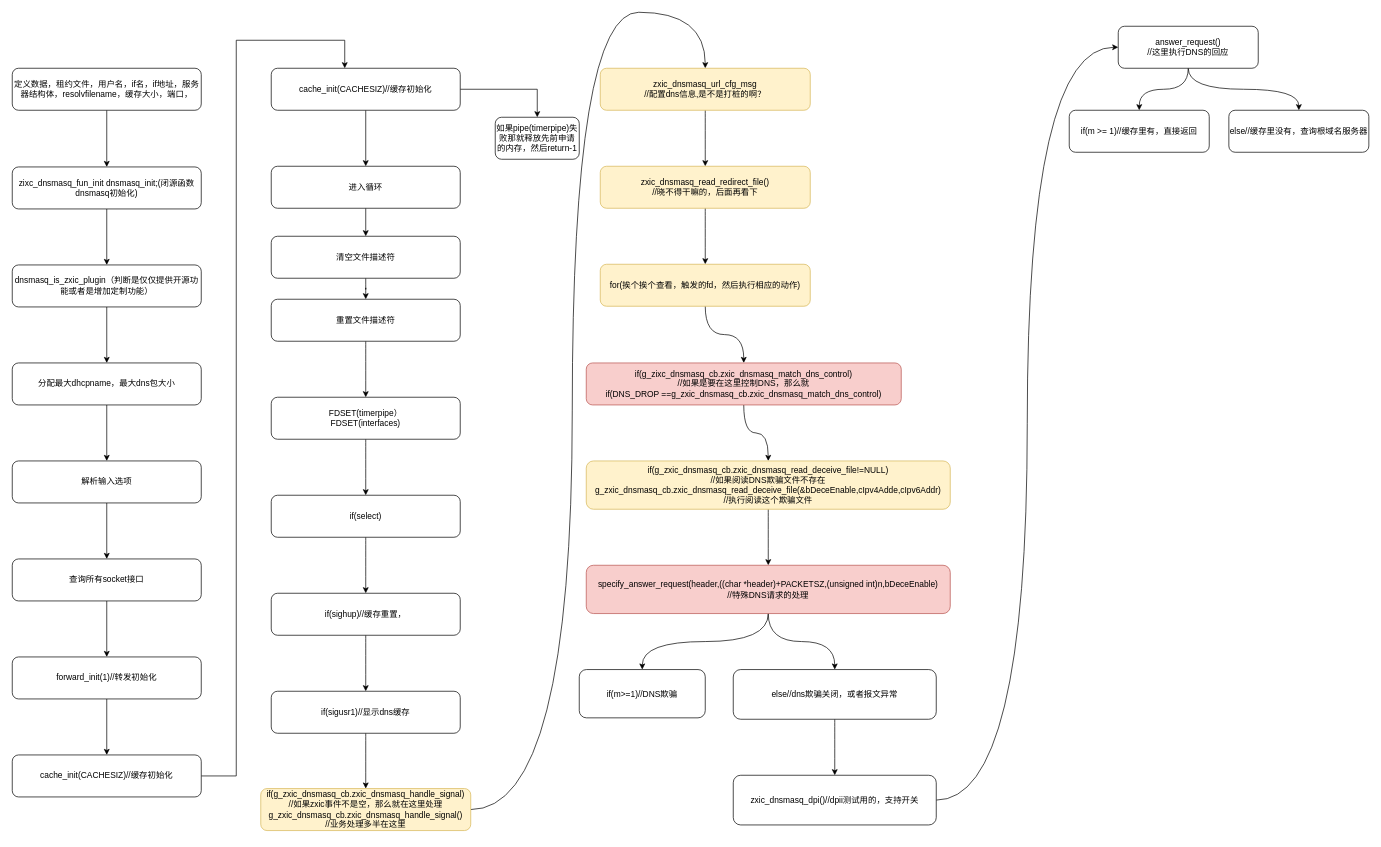
Above: DNSFlow.drawio in EasternCabbage/draw.io (draw.io), before the change. Source tidied: cells renumbered, new cells numbered last; positions are measured from the earlier drawing's top-left corner, leaving out a move shared by most shapes. Both pictures are drawn from the tidied source at 70%, with x=0, y=0 at pixel (12, 12).
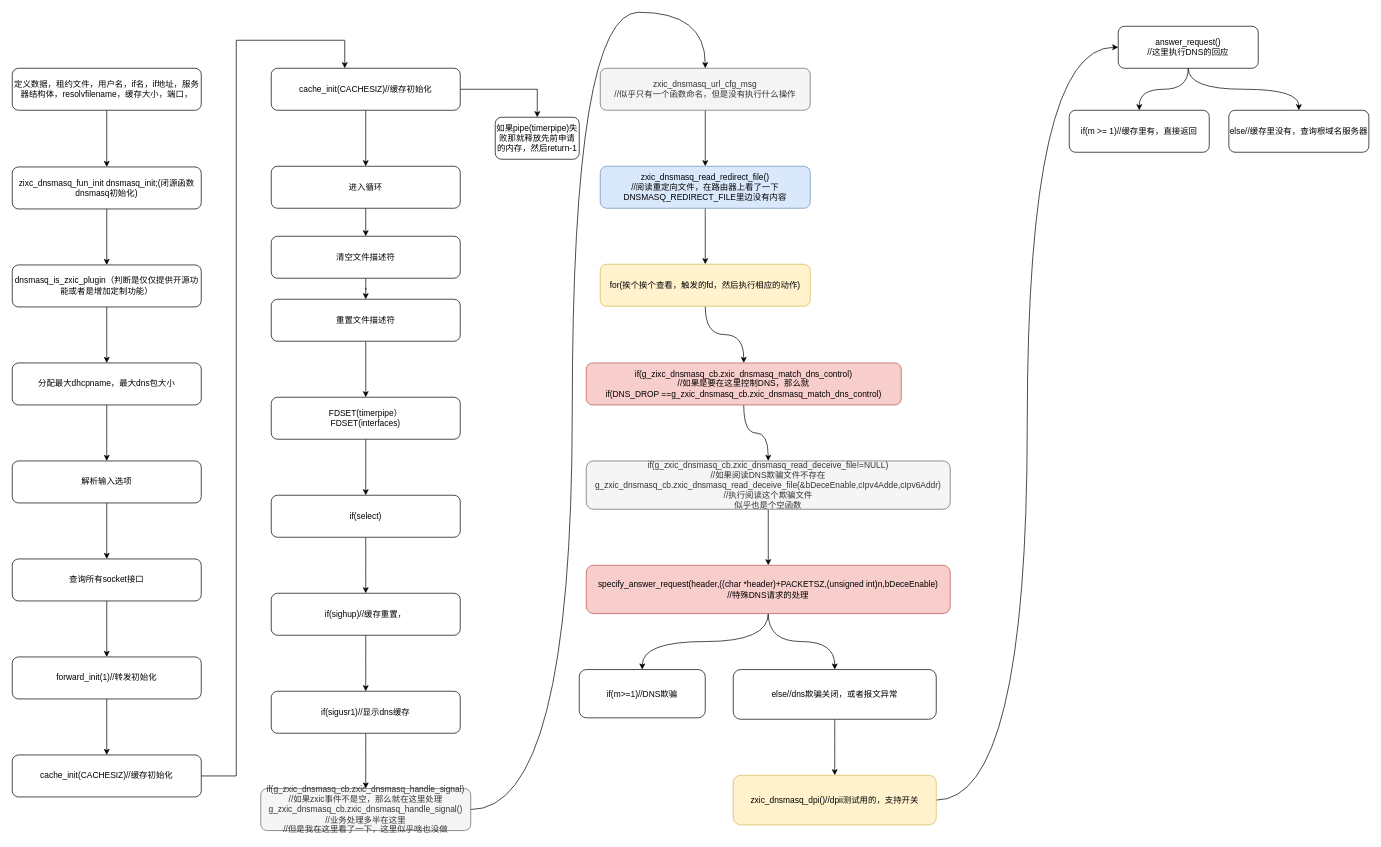
Above is the later version.

Change to the diagram source:
```diff
@@
-    <mxCell id="37" value="if(g_zxic_dnsmasq_cb.zxic_dnsmasq_handle_signal)&lt;br&gt;//如果zxic事件不是空，那么就在这里处理&lt;br&gt;g_zxic_dnsmasq_cb.zxic_dnsmasq_handle_signal()&lt;br&gt;//业务处理多半在这里" style="rounded=1;whiteSpace=wrap;html=1;fillColor=#fff2cc;strokeColor=#d6b656;" parent="1" vertex="1">
+    <mxCell id="37" value="if(g_zxic_dnsmasq_cb.zxic_dnsmasq_handle_signal)&lt;br&gt;//如果zxic事件不是空，那么就在这里处理&lt;br&gt;g_zxic_dnsmasq_cb.zxic_dnsmasq_handle_signal()&lt;br&gt;//业务处理多半在这里&lt;br&gt;//但是我在这里看了一下，这里似乎啥也没做" style="rounded=1;whiteSpace=wrap;html=1;fillColor=#f5f5f5;strokeColor=#666666;fontColor=#333333;" parent="1" vertex="1">
       <mxGeometry x="355" y="1109" width="300" height="60" as="geometry" />
     </mxCell>
@@
-    <mxCell id="39" value="zxic_dnsmasq_url_cfg_msg&lt;br&gt;//配置dns信息,是不是打桩的啊？" style="rounded=1;whiteSpace=wrap;html=1;fillColor=#fff2cc;strokeColor=#d6b656;" parent="1" vertex="1">
+    <mxCell id="39" value="zxic_dnsmasq_url_cfg_msg&lt;br&gt;//似乎只有一个函数命名，但是没有执行什么操作" style="rounded=1;whiteSpace=wrap;html=1;fillColor=#f5f5f5;strokeColor=#666666;fontColor=#333333;" parent="1" vertex="1">
       <mxGeometry x="840" y="80" width="300" height="60" as="geometry" />
     </mxCell>
@@
-    <mxCell id="41" value="zxic_dnsmasq_read_redirect_file()&lt;br&gt;//晓不得干嘛的，后面再看下" style="rounded=1;whiteSpace=wrap;html=1;fillColor=#fff2cc;strokeColor=#d6b656;" parent="1" vertex="1">
+    <mxCell id="41" value="zxic_dnsmasq_read_redirect_file()&lt;br&gt;//阅读重定向文件，在路由器上看了一下DNSMASQ_REDIRECT_FILE里边没有内容" style="rounded=1;whiteSpace=wrap;html=1;fillColor=#dae8fc;strokeColor=#6c8ebf;" parent="1" vertex="1">
       <mxGeometry x="840" y="220" width="300" height="60" as="geometry" />
     </mxCell>
@@
-    <mxCell id="47" value="if(g_zxic_dnsmasq_cb.zxic_dnsmasq_read_deceive_file!=NULL)&lt;br&gt;//如果阅读DNS欺骗文件不存在&lt;br&gt;g_zxic_dnsmasq_cb.zxic_dnsmasq_read_deceive_file(&amp;amp;bDeceEnable,cIpv4Adde,cIpv6Addr)&lt;br&gt;//执行阅读这个欺骗文件&lt;br&gt;" style="rounded=1;whiteSpace=wrap;html=1;fillColor=#fff2cc;strokeColor=#d6b656;" parent="1" vertex="1">
+    <mxCell id="47" value="if(g_zxic_dnsmasq_cb.zxic_dnsmasq_read_deceive_file!=NULL)&lt;br&gt;//如果阅读DNS欺骗文件不存在&lt;br&gt;g_zxic_dnsmasq_cb.zxic_dnsmasq_read_deceive_file(&amp;amp;bDeceEnable,cIpv4Adde,cIpv6Addr)&lt;br&gt;//执行阅读这个欺骗文件&lt;br&gt;似乎也是个空函数" style="rounded=1;whiteSpace=wrap;html=1;fillColor=#f5f5f5;fontColor=#333333;strokeColor=#666666;" parent="1" vertex="1">
       <mxGeometry x="820" y="641" width="520" height="69" as="geometry" />
     </mxCell>
@@
-    <mxCell id="50" value="specify_answer_request(header,((char *header)+PACKETSZ,(unsigned int)n,bDeceEnable)&lt;br&gt;//特殊DNS请求的处理" style="rounded=1;whiteSpace=wrap;html=1;fillColor=#f8cecc;strokeColor=#b85450;" parent="1" vertex="1">
+    <mxCell id="50" value="specify_answer_request(header,((char *header)+PACKETSZ,(unsigned int)n,bDeceEnable)&lt;br&gt;//特殊DNS请求的处理&lt;br&gt;" style="rounded=1;whiteSpace=wrap;html=1;fillColor=#f8cecc;strokeColor=#b85450;" parent="1" vertex="1">
       <mxGeometry x="820" y="790" width="520" height="69" as="geometry" />
     </mxCell>
@@
-    <mxCell id="55" value="zxic_dnsmasq_dpi()//dpii测试用的，支持开关" style="rounded=1;whiteSpace=wrap;html=1;" parent="1" vertex="1">
+    <mxCell id="55" value="zxic_dnsmasq_dpi()//dpii测试用的，支持开关" style="rounded=1;whiteSpace=wrap;html=1;fillColor=#fff2cc;strokeColor=#d6b656;" parent="1" vertex="1">
       <mxGeometry x="1030" y="1090" width="290" height="71" as="geometry" />
     </mxCell>
```
